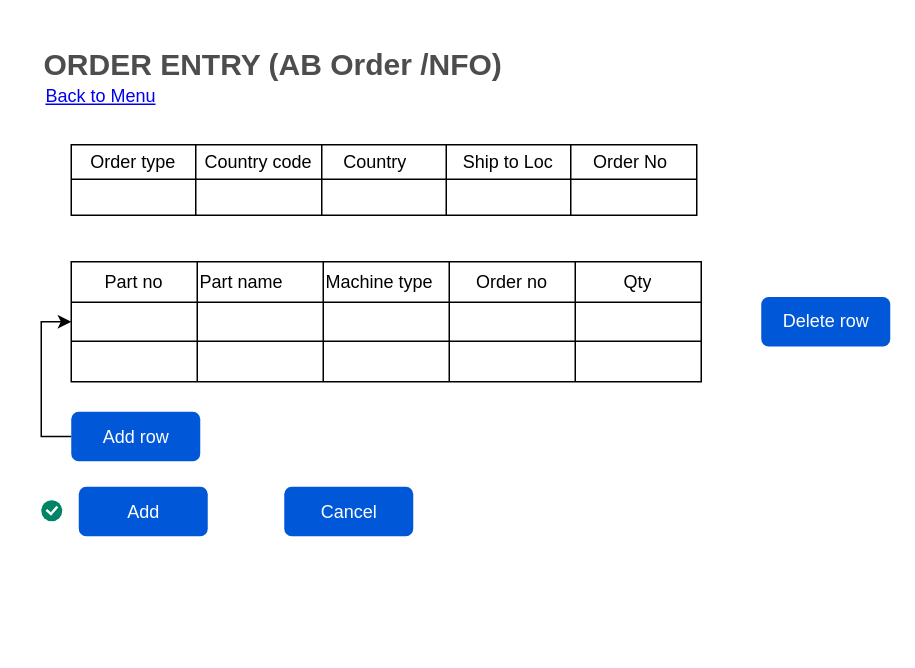
sdevipriya/VirtualTrainingOct12-Config keeps this draw.io diagram as page "Page-4" (4 of 6) of Untitled Diagram.drawio. Above is the earlier version. Source tidied: cells renumbered, new cells numbered last; positions are measured from the earlier drawing's top-left corner, leaving out a move shared by most shapes. Both pictures are drawn from the tidied source at 150%, with x=0, y=0 at pixel (26, 51).
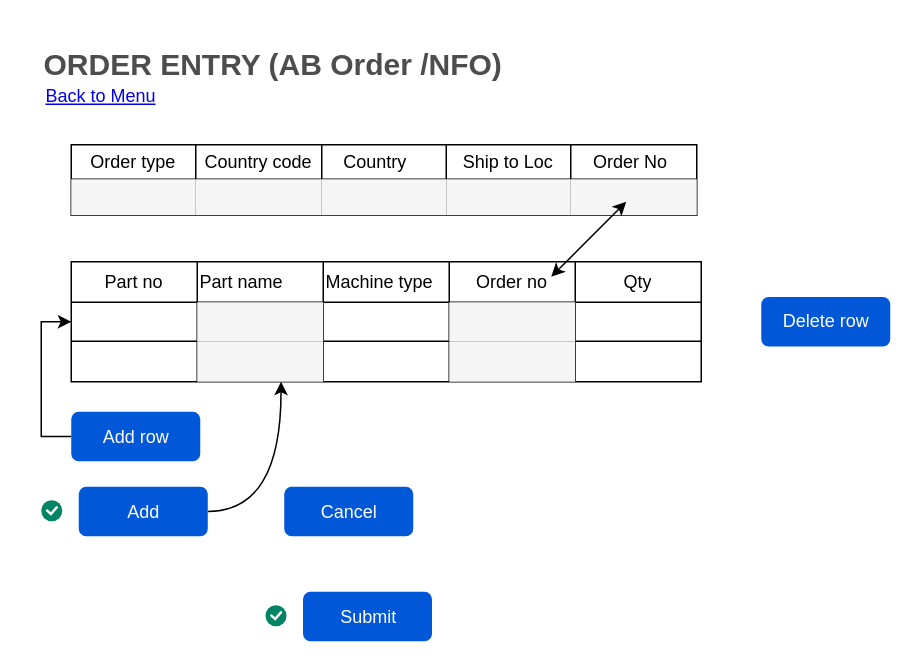
Above is the later version.

The change refers to these unchanged cells:
```xml
<mxCell id="9" style="shape=partialRectangle;fillColor=none;top=0;left=0;bottom=0;right=0;" parent="2" vertex="1">
  <mxGeometry y="23" width="417" height="24" as="geometry" />
</mxCell>
<mxCell id="22" style="shape=partialRectangle;fillColor=none;top=0;left=0;bottom=0;right=0;points=[[0,0.5],[1,0.5]];portConstraint=eastwest;" parent="15" vertex="1">
  <mxGeometry y="27" width="420" height="26" as="geometry" />
</mxCell>
<mxCell id="28" style="shape=partialRectangle;fillColor=none;top=0;left=0;bottom=0;right=0;points=[[0,0.5],[1,0.5]];portConstraint=eastwest;" parent="15" vertex="1">
  <mxGeometry y="53" width="420" height="27" as="geometry" />
</mxCell>
<mxCell id="34" value="Add" style="rounded=1;fillColor=#0057D8;align=center;strokeColor=none;html=1;fontColor=#ffffff;fontSize=12;startSize=0;" parent="1" vertex="1">
  <mxGeometry x="35" y="290" width="86" height="33" as="geometry" />
</mxCell>
```

Change to the diagram source:
```diff
@@
-    <mxCell id="10" style="shape=partialRectangle;html=1;whiteSpace=wrap;overflow=hidden;fillColor=none;top=0;left=0;bottom=0;right=0;" parent="9" vertex="1">
+    <mxCell id="10" style="shape=partialRectangle;html=1;whiteSpace=wrap;overflow=hidden;fillColor=#f5f5f5;top=0;left=0;bottom=0;right=0;strokeColor=#666666;fontColor=#333333;" parent="9" vertex="1">
       <mxGeometry width="83" height="24" as="geometry" />
     </mxCell>
-    <mxCell id="11" style="shape=partialRectangle;html=1;whiteSpace=wrap;overflow=hidden;fillColor=none;top=0;left=0;bottom=0;right=0;" parent="9" vertex="1">
+    <mxCell id="11" style="shape=partialRectangle;html=1;whiteSpace=wrap;overflow=hidden;fillColor=#f5f5f5;top=0;left=0;bottom=0;right=0;strokeColor=#666666;fontColor=#333333;" parent="9" vertex="1">
       <mxGeometry x="83" width="84" height="24" as="geometry" />
     </mxCell>
-    <mxCell id="12" style="shape=partialRectangle;html=1;whiteSpace=wrap;overflow=hidden;fillColor=none;top=0;left=0;bottom=0;right=0;" parent="9" vertex="1">
+    <mxCell id="12" style="shape=partialRectangle;html=1;whiteSpace=wrap;overflow=hidden;fillColor=#f5f5f5;top=0;left=0;bottom=0;right=0;strokeColor=#666666;fontColor=#333333;" parent="9" vertex="1">
       <mxGeometry x="167" width="83" height="24" as="geometry" />
     </mxCell>
-    <mxCell id="13" style="shape=partialRectangle;html=1;whiteSpace=wrap;overflow=hidden;fillColor=none;top=0;left=0;bottom=0;right=0;" parent="9" vertex="1">
+    <mxCell id="13" style="shape=partialRectangle;html=1;whiteSpace=wrap;overflow=hidden;fillColor=#f5f5f5;top=0;left=0;bottom=0;right=0;strokeColor=#666666;fontColor=#333333;" parent="9" vertex="1">
       <mxGeometry x="250" width="83" height="24" as="geometry" />
     </mxCell>
-    <mxCell id="14" style="shape=partialRectangle;html=1;whiteSpace=wrap;overflow=hidden;fillColor=none;top=0;left=0;bottom=0;right=0;" parent="9" vertex="1">
+    <mxCell id="14" style="shape=partialRectangle;html=1;whiteSpace=wrap;overflow=hidden;fillColor=#f5f5f5;top=0;left=0;bottom=0;right=0;strokeColor=#666666;fontColor=#333333;" parent="9" vertex="1">
       <mxGeometry x="333" width="84" height="24" as="geometry" />
     </mxCell>
@@
-    <mxCell id="24" style="shape=partialRectangle;html=1;whiteSpace=wrap;overflow=hidden;fillColor=none;top=0;left=0;bottom=0;right=0;" parent="22" vertex="1">
+    <mxCell id="24" style="shape=partialRectangle;html=1;whiteSpace=wrap;overflow=hidden;fillColor=#f5f5f5;top=0;left=0;bottom=0;right=0;strokeColor=#666666;fontColor=#333333;" parent="22" vertex="1">
       <mxGeometry x="84" width="84" height="26" as="geometry" />
     </mxCell>
@@
-    <mxCell id="26" style="shape=partialRectangle;html=1;whiteSpace=wrap;overflow=hidden;fillColor=none;top=0;left=0;bottom=0;right=0;" parent="22" vertex="1">
+    <mxCell id="26" style="shape=partialRectangle;html=1;whiteSpace=wrap;overflow=hidden;fillColor=#f5f5f5;top=0;left=0;bottom=0;right=0;strokeColor=#666666;fontColor=#333333;" parent="22" vertex="1">
       <mxGeometry x="252" width="84" height="26" as="geometry" />
     </mxCell>
@@
-    <mxCell id="30" style="shape=partialRectangle;html=1;whiteSpace=wrap;overflow=hidden;fillColor=none;top=0;left=0;bottom=0;right=0;" parent="28" vertex="1">
+    <mxCell id="30" style="shape=partialRectangle;html=1;whiteSpace=wrap;overflow=hidden;fillColor=#f5f5f5;top=0;left=0;bottom=0;right=0;strokeColor=#666666;fontColor=#333333;" parent="28" vertex="1">
       <mxGeometry x="84" width="84" height="27" as="geometry" />
     </mxCell>
@@
-    <mxCell id="32" style="shape=partialRectangle;html=1;whiteSpace=wrap;overflow=hidden;fillColor=none;top=0;left=0;bottom=0;right=0;" parent="28" vertex="1">
+    <mxCell id="32" style="shape=partialRectangle;html=1;whiteSpace=wrap;overflow=hidden;fillColor=#f5f5f5;top=0;left=0;bottom=0;right=0;strokeColor=#666666;fontColor=#333333;" parent="28" vertex="1">
       <mxGeometry x="252" width="84" height="27" as="geometry" />
     </mxCell>
@@
+    <mxCell id="42" style="edgeStyle=orthogonalEdgeStyle;curved=1;rounded=0;jettySize=auto;html=1;exitX=1;exitY=0.5;exitDx=0;exitDy=0;entryX=0.333;entryY=1;entryDx=0;entryDy=0;entryPerimeter=0;" parent="1" edge="1" source="34" target="28">
+      <mxGeometry relative="1" as="geometry" />
+    </mxCell>
@@
+    <mxCell id="43" style="endArrow=classic;startArrow=classic;html=1;" parent="1" edge="1">
+      <mxGeometry relative="1" as="geometry">
+        <mxPoint x="350" y="150" as="sourcePoint" />
+        <mxPoint x="400" y="100" as="targetPoint" />
+      </mxGeometry>
+    </mxCell>
+    <mxCell id="44" value="Submit" style="rounded=1;fillColor=#0057D8;align=center;strokeColor=none;html=1;fontColor=#ffffff;fontSize=12;" parent="1" vertex="1">
+      <mxGeometry x="184.5" y="360" width="86" height="33" as="geometry" />
+    </mxCell>
+    <mxCell id="45" style="html=1;shadow=0;dashed=0;shape=mxgraph.atlassian.checkbox;fillColor=#008465;strokeColor=none;html=1;" parent="1" vertex="1">
+      <mxGeometry x="159.5" y="369" width="14" height="14" as="geometry" />
+    </mxCell>
```
